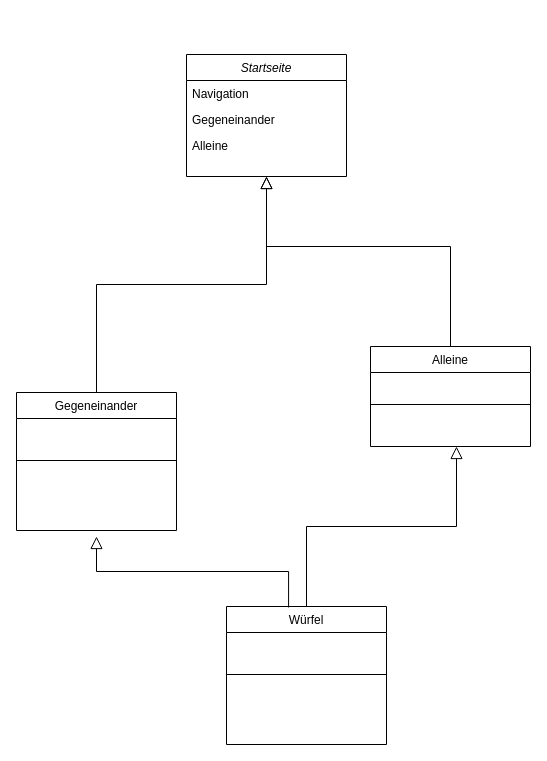
Above: plan/UML_Würfel.drawio in jcolameo/DiceApp (draw.io), before the change. Source tidied: cells renumbered, new cells numbered last; positions are measured from the earlier drawing's top-left corner, leaving out a move shared by most shapes. Both pictures are drawn from the tidied source at 100%, with x=0, y=0 at pixel (16, 54).
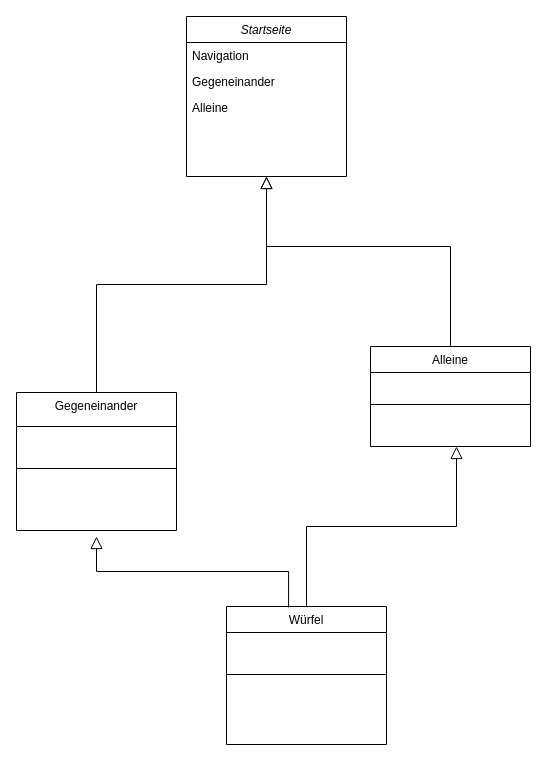
Above is the later version.

What changed in the source:
```diff
@@
 <mxGraphModel>
   <root>
     <mxCell id="0" />
     <mxCell id="1" parent="0" />
     <mxCell id="2" value="Startseite" style="swimlane;fontStyle=2;align=center;verticalAlign=top;horizontal=1;startSize=26;rounded=0;shadow=0;strokeWidth=1;" parent="1" vertex="1">
-      <mxGeometry x="170" width="160" height="122" as="geometry" />
+      <mxGeometry x="170" y="-38" width="160" height="160" as="geometry" />
     </mxCell>
     <mxCell id="3" value="Navigation" style="text;align=left;verticalAlign=top;spacingLeft=4;spacingRight=4;overflow=hidden;" parent="2" vertex="1">
       <mxGeometry y="26" width="160" height="26" as="geometry" />
     </mxCell>
     <mxCell id="4" value="Gegeneinander" style="text;align=left;verticalAlign=top;spacingLeft=4;spacingRight=4;overflow=hidden;rounded=0;shadow=0;html=0;" parent="2" vertex="1">
       <mxGeometry y="52" width="160" height="26" as="geometry" />
     </mxCell>
     <mxCell id="5" value="Alleine" style="text;align=left;verticalAlign=top;spacingLeft=4;spacingRight=4;overflow=hidden;rounded=0;shadow=0;html=0;" parent="2" vertex="1">
       <mxGeometry y="78" width="160" height="26" as="geometry" />
     </mxCell>
-    <mxCell id="6" value="Gegeneinander" style="swimlane;fontStyle=0;align=center;verticalAlign=top;horizontal=1;startSize=26;rounded=0;shadow=0;strokeWidth=1;" parent="1" vertex="1">
+    <mxCell id="6" value="Gegeneinander" style="swimlane;fontStyle=0;align=center;verticalAlign=top;horizontal=1;startSize=34;rounded=0;shadow=0;strokeWidth=1;" parent="1" vertex="1">
       <mxGeometry y="338" width="160" height="138" as="geometry" />
     </mxCell>
     <mxCell id="7" style="line;html=1;strokeWidth=1;align=left;verticalAlign=middle;spacingTop=-1;spacingLeft=3;spacingRight=3;labelPosition=right;" parent="6" vertex="1">
-      <mxGeometry y="26" width="160" height="84" as="geometry" />
+      <mxGeometry y="34" width="160" height="84" as="geometry" />
     </mxCell>
     <mxCell id="8" style="endArrow=block;endSize=10;endFill=0;shadow=0;strokeWidth=1;rounded=0;edgeStyle=elbowEdgeStyle;elbow=vertical;" parent="1" edge="1" source="6" target="2">
       <mxGeometry relative="1" as="geometry" />
     </mxCell>
     <mxCell id="9" value="Alleine" style="swimlane;fontStyle=0;align=center;verticalAlign=top;horizontal=1;startSize=26;rounded=0;shadow=0;strokeWidth=1;" parent="1" vertex="1">
       <mxGeometry x="354" y="292" width="160" height="100" as="geometry" />
     </mxCell>
     <mxCell id="10" style="line;html=1;strokeWidth=1;align=left;verticalAlign=middle;spacingTop=-1;spacingLeft=3;spacingRight=3;labelPosition=right;" parent="9" vertex="1">
       <mxGeometry y="26" width="160" height="64" as="geometry" />
     </mxCell>
     <mxCell id="11" style="endArrow=block;endSize=10;endFill=0;shadow=0;strokeWidth=1;rounded=0;edgeStyle=elbowEdgeStyle;elbow=vertical;" parent="1" edge="1" source="9" target="2">
       <mxGeometry relative="1" as="geometry">
         <Array as="points">
           <mxPoint x="340" y="192" />
         </Array>
       </mxGeometry>
     </mxCell>
     <mxCell id="12" value="Würfel" style="swimlane;fontStyle=0;align=center;verticalAlign=top;horizontal=1;startSize=26;rounded=0;shadow=0;strokeWidth=1;" parent="1" vertex="1">
       <mxGeometry x="210" y="552" width="160" height="138" as="geometry" />
     </mxCell>
     <mxCell id="13" style="line;html=1;strokeWidth=1;align=left;verticalAlign=middle;spacingTop=-1;spacingLeft=3;spacingRight=3;labelPosition=right;" parent="12" vertex="1">
       <mxGeometry y="26" width="160" height="84" as="geometry" />
     </mxCell>
     <mxCell id="14" style="endArrow=block;endSize=10;endFill=0;shadow=0;strokeWidth=1;rounded=0;edgeStyle=elbowEdgeStyle;elbow=vertical;exitX=0.388;exitY=0.007;exitDx=0;exitDy=0;exitPerimeter=0;" parent="1" edge="1" source="12">
       <mxGeometry relative="1" as="geometry">
         <mxPoint x="80" y="482" as="targetPoint" />
       </mxGeometry>
     </mxCell>
     <mxCell id="15" style="endArrow=block;endSize=10;endFill=0;shadow=0;strokeWidth=1;rounded=0;edgeStyle=elbowEdgeStyle;elbow=vertical;" parent="1" edge="1" source="12">
       <mxGeometry relative="1" as="geometry">
         <mxPoint x="440" y="392" as="targetPoint" />
       </mxGeometry>
     </mxCell>
   </root>
 </mxGraphModel>
```
